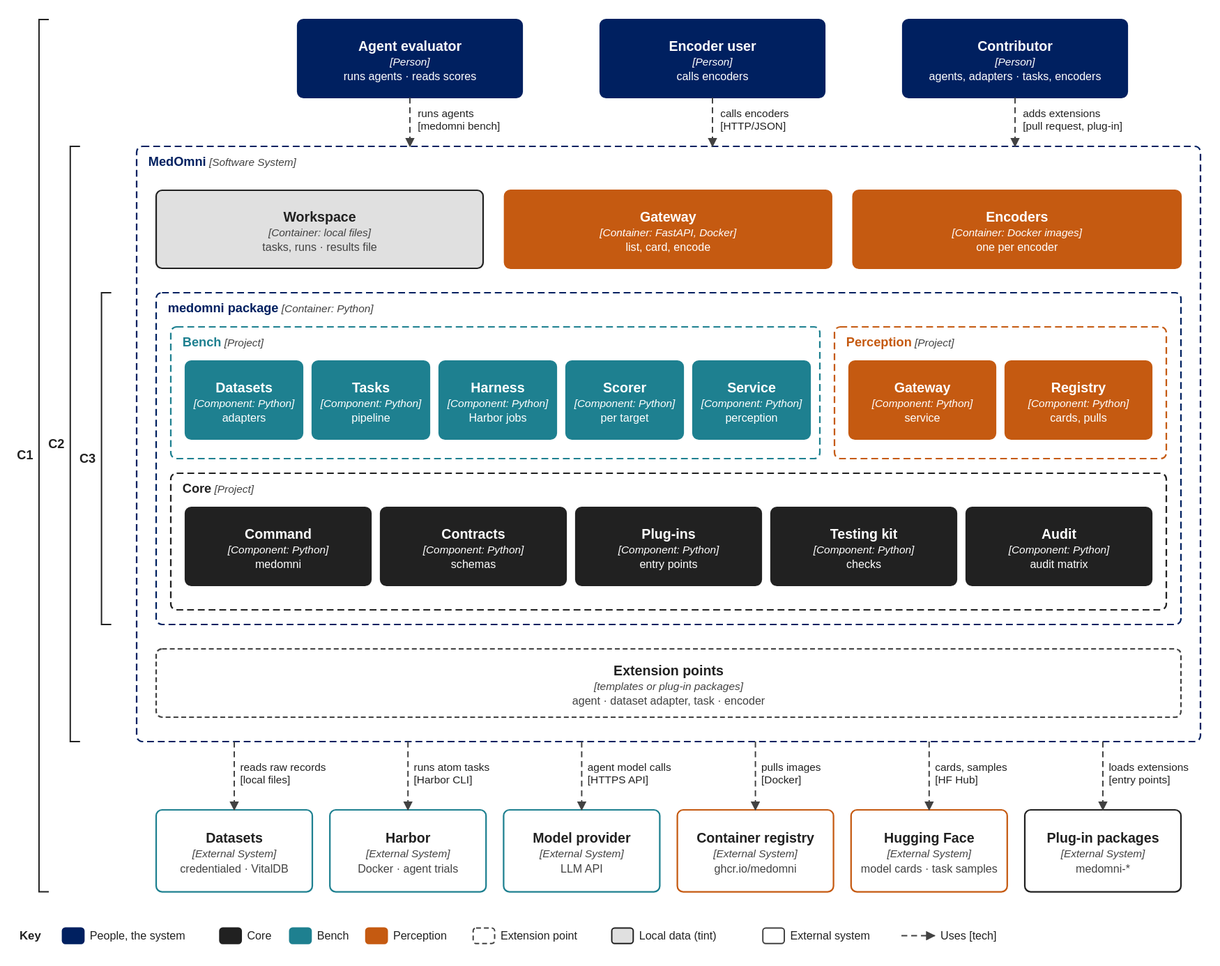
This is docs/assets/c1-c3-overview.drawio.svg from medomni/MedOmni, a draw.io export, as it was before one commit. Source tidied: cells renumbered, new cells last; positions are measured from the earlier drawing's top-left corner, leaving out a move shared by most shapes.
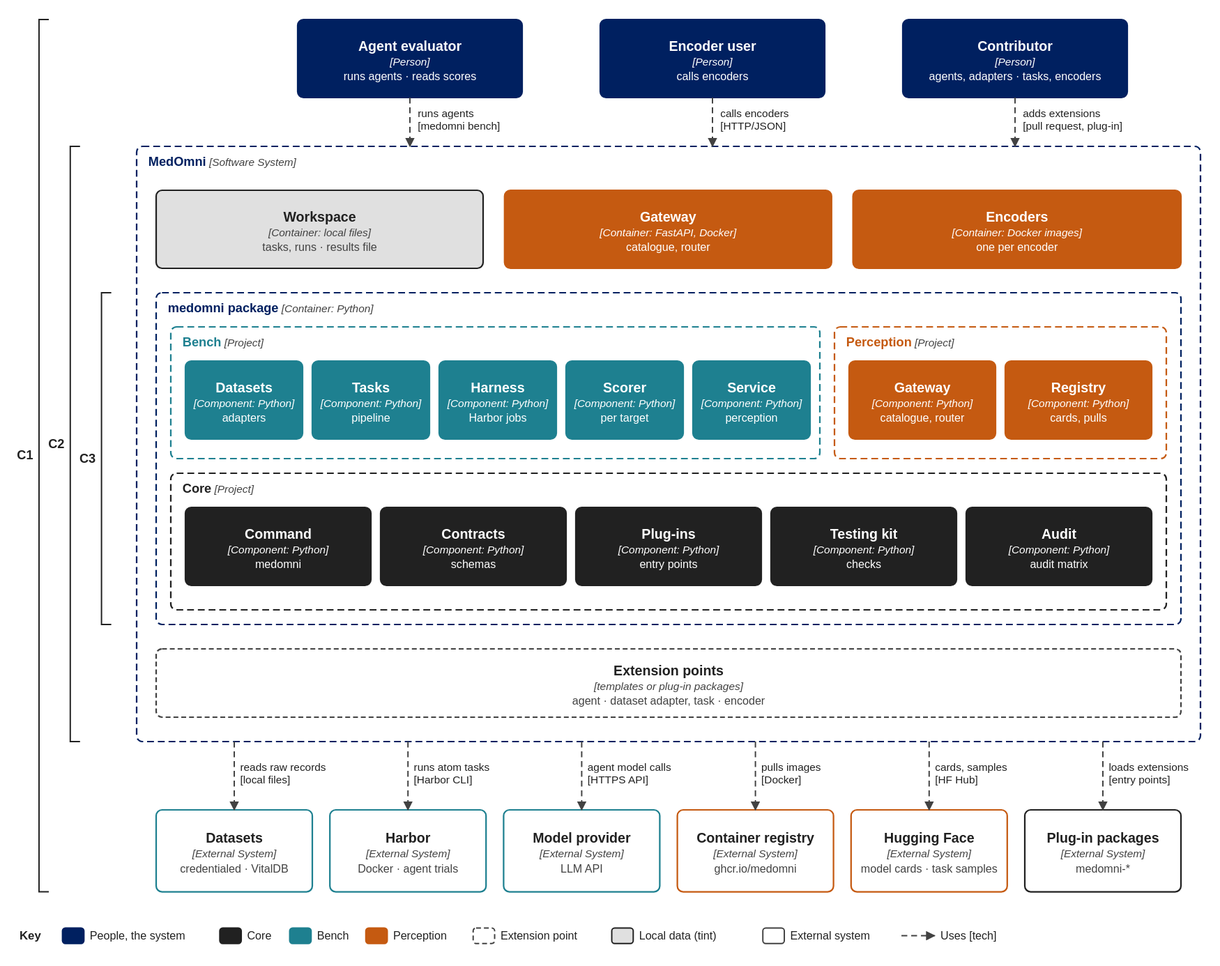
Above is the later version.

Commit message:
docs(v0.3): name the gateway's router

Change to the diagram source:
```diff
@@ -17,7 +17,7 @@
     <mxCell id="6" value="&lt;b&gt;Workspace&lt;/b&gt;&lt;br&gt;&lt;i&gt;&lt;font style=&quot;font-size:11px&quot; color=&quot;#424242&quot;&gt;[Container: local files]&lt;/font&gt;&lt;/i&gt;&lt;br&gt;&lt;font style=&quot;font-size:11px&quot; color=&quot;#424242&quot;&gt;tasks, runs · results file&lt;/font&gt;" style="rounded=1;arcSize=6;whiteSpace=wrap;html=1;fillColor=#E0E0E0;strokeColor=#212121;strokeWidth=1.6;fontColor=#212121;fontSize=14;fontFamily=Helvetica;" parent="1" vertex="1">
       <mxGeometry x="145" y="175" width="335" height="80" as="geometry" />
     </mxCell>
-    <mxCell id="7" value="&lt;b&gt;Gateway&lt;/b&gt;&lt;br&gt;&lt;i&gt;&lt;font style=&quot;font-size:11px&quot; color=&quot;#FFFFFF&quot;&gt;[Container: FastAPI, Docker]&lt;/font&gt;&lt;/i&gt;&lt;br&gt;&lt;font style=&quot;font-size:11px&quot; color=&quot;#FFFFFF&quot;&gt;list, card, encode&lt;/font&gt;" style="rounded=1;arcSize=6;whiteSpace=wrap;html=1;fillColor=#C55A11;strokeColor=#C55A11;strokeWidth=1.6;fontColor=#FFFFFF;fontSize=14;fontFamily=Helvetica;" parent="1" vertex="1">
+    <mxCell id="7" value="&lt;b&gt;Gateway&lt;/b&gt;&lt;br&gt;&lt;i&gt;&lt;font style=&quot;font-size:11px&quot; color=&quot;#FFFFFF&quot;&gt;[Container: FastAPI, Docker]&lt;/font&gt;&lt;/i&gt;&lt;br&gt;&lt;font style=&quot;font-size:11px&quot; color=&quot;#FFFFFF&quot;&gt;catalogue, router&lt;/font&gt;" style="rounded=1;arcSize=6;whiteSpace=wrap;html=1;fillColor=#C55A11;strokeColor=#C55A11;strokeWidth=1.6;fontColor=#FFFFFF;fontSize=14;fontFamily=Helvetica;" parent="1" vertex="1">
       <mxGeometry x="502" y="175" width="335" height="80" as="geometry" />
     </mxCell>
     <mxCell id="8" value="&lt;b&gt;Encoders&lt;/b&gt;&lt;br&gt;&lt;i&gt;&lt;font style=&quot;font-size:11px&quot; color=&quot;#FFFFFF&quot;&gt;[Container: Docker images]&lt;/font&gt;&lt;/i&gt;&lt;br&gt;&lt;font style=&quot;font-size:11px&quot; color=&quot;#FFFFFF&quot;&gt;one per encoder&lt;/font&gt;" style="rounded=1;arcSize=6;whiteSpace=wrap;html=1;fillColor=#C55A11;strokeColor=#C55A11;strokeWidth=1.6;fontColor=#FFFFFF;fontSize=14;fontFamily=Helvetica;" parent="1" vertex="1">
@@ -47,7 +47,7 @@
     <mxCell id="16" value="&lt;b&gt;Perception&lt;/b&gt;  &lt;i&gt;&lt;font style=&quot;font-size:11px&quot; color=&quot;#424242&quot;&gt;[Project]&lt;/font&gt;&lt;/i&gt;" style="rounded=1;arcSize=2;whiteSpace=wrap;html=1;fillColor=none;strokeColor=#C55A11;strokeWidth=1.6;dashed=1;dashPattern=7 4;align=left;verticalAlign=top;spacingLeft=8;spacingTop=2;fontSize=13;fontColor=#C55A11;fontFamily=Helvetica;" parent="1" vertex="1">
       <mxGeometry x="840" y="315" width="340" height="135" as="geometry" />
     </mxCell>
-    <mxCell id="17" value="&lt;b&gt;Gateway&lt;/b&gt;&lt;br&gt;&lt;i&gt;&lt;font style=&quot;font-size:11px&quot; color=&quot;#FFFFFF&quot;&gt;[Component: Python]&lt;/font&gt;&lt;/i&gt;&lt;br&gt;&lt;font style=&quot;font-size:11px&quot; color=&quot;#FFFFFF&quot;&gt;service&lt;/font&gt;" style="rounded=1;arcSize=6;whiteSpace=wrap;html=1;fillColor=#C55A11;strokeColor=#C55A11;strokeWidth=1.6;fontColor=#FFFFFF;fontSize=14;fontFamily=Helvetica;" parent="1" vertex="1">
+    <mxCell id="17" value="&lt;b&gt;Gateway&lt;/b&gt;&lt;br&gt;&lt;i&gt;&lt;font style=&quot;font-size:11px&quot; color=&quot;#FFFFFF&quot;&gt;[Component: Python]&lt;/font&gt;&lt;/i&gt;&lt;br&gt;&lt;font style=&quot;font-size:11px&quot; color=&quot;#FFFFFF&quot;&gt;catalogue, router&lt;/font&gt;" style="rounded=1;arcSize=6;whiteSpace=wrap;html=1;fillColor=#C55A11;strokeColor=#C55A11;strokeWidth=1.6;fontColor=#FFFFFF;fontSize=14;fontFamily=Helvetica;" parent="1" vertex="1">
       <mxGeometry x="855" y="350" width="150" height="80" as="geometry" />
     </mxCell>
     <mxCell id="18" value="&lt;b&gt;Registry&lt;/b&gt;&lt;br&gt;&lt;i&gt;&lt;font style=&quot;font-size:11px&quot; color=&quot;#FFFFFF&quot;&gt;[Component: Python]&lt;/font&gt;&lt;/i&gt;&lt;br&gt;&lt;font style=&quot;font-size:11px&quot; color=&quot;#FFFFFF&quot;&gt;cards, pulls&lt;/font&gt;" style="rounded=1;arcSize=6;whiteSpace=wrap;html=1;fillColor=#C55A11;strokeColor=#C55A11;strokeWidth=1.6;fontColor=#FFFFFF;fontSize=14;fontFamily=Helvetica;" parent="1" vertex="1">
```
